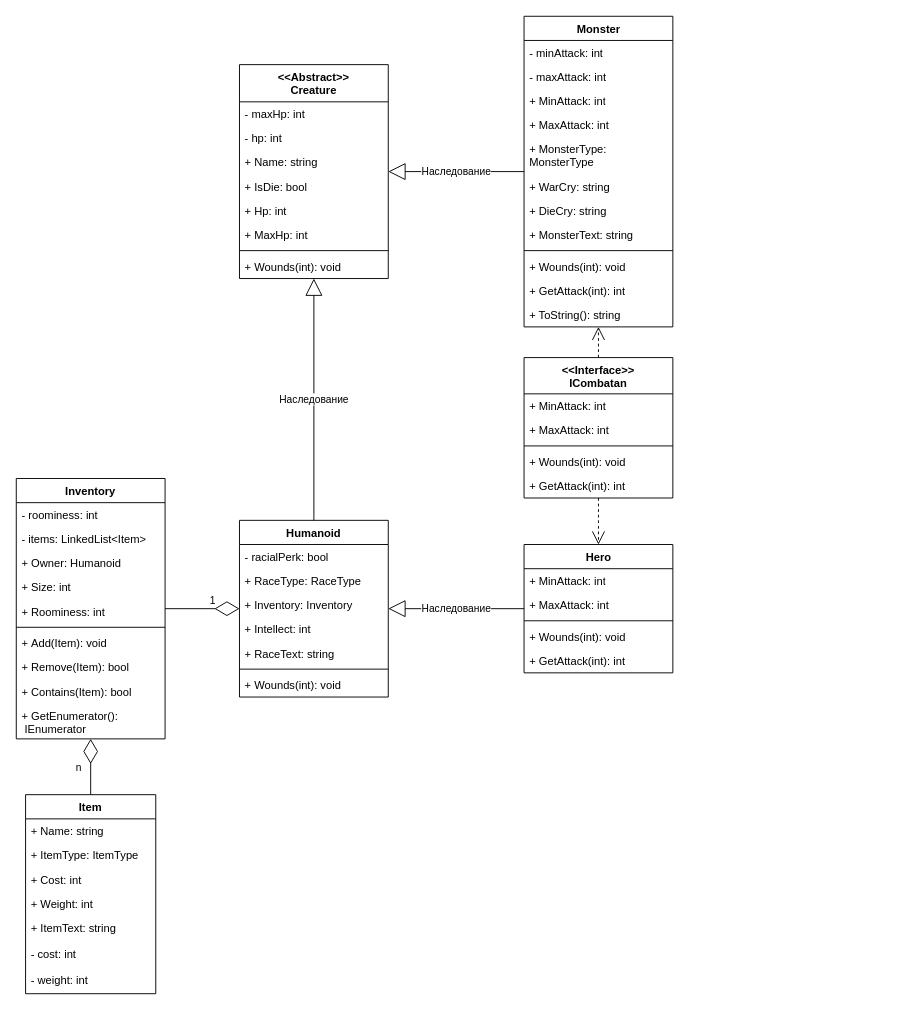
The draw.io diagram UML Diagram.drawio in Stepa28/DevEduInheritance, before the edit. Source tidied: cells renumbered, new cells numbered last; positions are measured from the earlier drawing's top-left corner, leaving out a move shared by most shapes. Both pictures are drawn from the tidied source at 93%, with x=0, y=0 at pixel (16, 16).
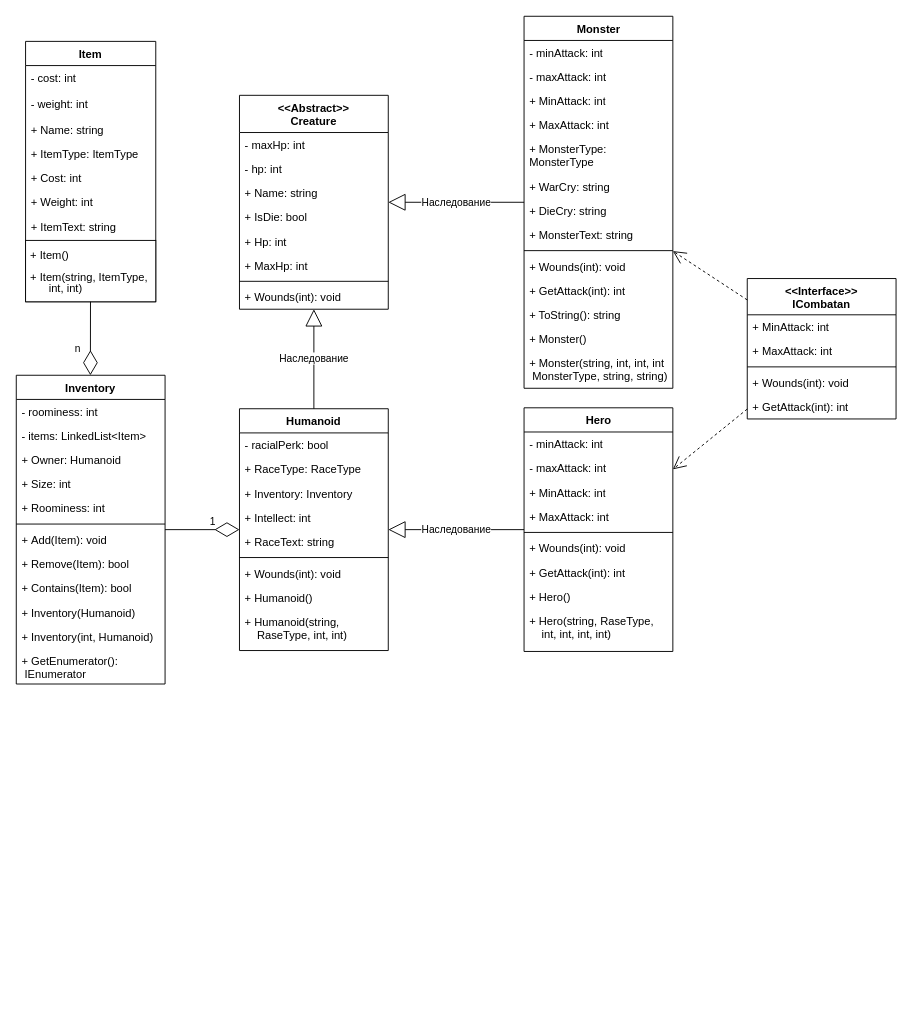
The same page after the edit.

Commit message (it also covers changes not shown here):
Rework UML

Change to the diagram source:
```diff
@@
-<mxGraphModel>
+<mxGraphModel background="#FFFFFF">
@@
     <mxCell id="2" value="Item" style="swimlane;fontStyle=1;horizontal=1;startSize=26;fillColor=none;" parent="1" vertex="1">
-      <mxGeometry x="10" y="837" width="140" height="214" as="geometry" />
+      <mxGeometry x="10" y="27" width="140" height="280" as="geometry" />
     </mxCell>
+    <mxCell id="8" value="- cost: int" style="text;strokeColor=none;fillColor=none;align=left;verticalAlign=top;spacingLeft=4;spacingRight=4;overflow=hidden;fontColor=#000000;" parent="2" vertex="1">
+      <mxGeometry y="26" width="140" height="28" as="geometry" />
+    </mxCell>
+    <mxCell id="9" value="- weight: int" style="text;strokeColor=none;fillColor=none;align=left;verticalAlign=top;spacingLeft=4;spacingRight=4;overflow=hidden;fontColor=#000000;" parent="2" vertex="1">
+      <mxGeometry y="54" width="140" height="28" as="geometry" />
+    </mxCell>
     <mxCell id="3" value="+ Name: string" style="text;strokeColor=none;fillColor=none;align=left;verticalAlign=top;spacingLeft=4;spacingRight=4;overflow=hidden;fontColor=#000000;" parent="2" vertex="1">
-      <mxGeometry y="26" width="140" height="26" as="geometry" />
+      <mxGeometry y="82" width="140" height="26" as="geometry" />
     </mxCell>
     <mxCell id="4" value="+ ItemType: ItemType" style="text;strokeColor=none;fillColor=none;align=left;verticalAlign=top;spacingLeft=4;spacingRight=4;overflow=hidden;fontColor=#000000;" parent="2" vertex="1">
-      <mxGeometry y="52" width="140" height="26" as="geometry" />
+      <mxGeometry y="108" width="140" height="26" as="geometry" />
     </mxCell>
     <mxCell id="5" value="+ Cost: int" style="text;strokeColor=none;fillColor=none;align=left;verticalAlign=top;spacingLeft=4;spacingRight=4;overflow=hidden;fontColor=#000000;" parent="2" vertex="1">
-      <mxGeometry y="78" width="140" height="26" as="geometry" />
+      <mxGeometry y="134" width="140" height="26" as="geometry" />
     </mxCell>
     <mxCell id="6" value="+ Weight: int" style="text;strokeColor=none;fillColor=none;align=left;verticalAlign=top;spacingLeft=4;spacingRight=4;overflow=hidden;fontColor=#000000;" parent="2" vertex="1">
-      <mxGeometry y="104" width="140" height="26" as="geometry" />
+      <mxGeometry y="160" width="140" height="26" as="geometry" />
     </mxCell>
     <mxCell id="7" value="+ ItemText: string" style="text;strokeColor=none;fillColor=none;align=left;verticalAlign=top;spacingLeft=4;spacingRight=4;overflow=hidden;fontColor=#000000;" parent="2" vertex="1">
-      <mxGeometry y="130" width="140" height="28" as="geometry" />
+      <mxGeometry y="186" width="140" height="28" as="geometry" />
     </mxCell>
-    <mxCell id="8" value="- cost: int" style="text;strokeColor=none;fillColor=none;align=left;verticalAlign=top;spacingLeft=4;spacingRight=4;overflow=hidden;fontColor=#000000;" parent="2" vertex="1">
-      <mxGeometry y="158" width="140" height="28" as="geometry" />
-    </mxCell>
-    <mxCell id="9" value="- weight: int" style="text;strokeColor=none;fillColor=none;align=left;verticalAlign=top;spacingLeft=4;spacingRight=4;overflow=hidden;fontColor=#000000;" parent="2" vertex="1">
-      <mxGeometry y="186" width="140" height="28" as="geometry" />
-    </mxCell>
+    <mxCell id="72" value="&lt;p style=&quot;line-height: 1&quot;&gt;&amp;nbsp;+ Item()&lt;br&gt;&lt;br&gt;&amp;nbsp;+ Item(string, ItemType,&amp;nbsp; &amp;nbsp; &amp;nbsp; &amp;nbsp; &amp;nbsp;int, int)&amp;nbsp;&lt;/p&gt;" style="rounded=0;whiteSpace=wrap;html=1;align=left;" parent="2" vertex="1">
+      <mxGeometry y="214" width="140" height="66" as="geometry" />
+    </mxCell>
     <mxCell id="10" value="Inventory" style="swimlane;fontStyle=1;align=center;verticalAlign=top;horizontal=1;startSize=26;fontColor=#000000;" parent="1" vertex="1">
-      <mxGeometry y="497" width="160" height="280" as="geometry" />
+      <mxGeometry y="386" width="160" height="332" as="geometry" />
     </mxCell>
+    <mxCell id="21" style="endArrow=diamondThin;endFill=0;endSize=24;html=1;rounded=0;fontColor=#000000;" parent="10" edge="1" source="2">
+      <mxGeometry relative="1" as="geometry">
+        <mxPoint x="79.7" as="targetPoint" />
+      </mxGeometry>
+    </mxCell>
+    <mxCell id="22" value="n" style="edgeLabel;html=1;align=center;verticalAlign=middle;fontColor=#000000;" parent="21" vertex="1">
+      <mxGeometry x="0.77" relative="1" as="geometry">
+        <mxPoint x="-14" y="-19" as="offset" />
+      </mxGeometry>
+    </mxCell>
@@
+    <mxCell id="73" value="+ Inventory(Humanoid)" style="text;strokeColor=none;fillColor=none;align=left;verticalAlign=top;spacingLeft=4;spacingRight=4;overflow=hidden;fontColor=#000000;" parent="10" vertex="1">
+      <mxGeometry y="242" width="160" height="26" as="geometry" />
+    </mxCell>
+    <mxCell id="74" value="+ Inventory(int, Humanoid)" style="text;strokeColor=none;fillColor=none;align=left;verticalAlign=top;spacingLeft=4;spacingRight=4;overflow=hidden;fontColor=#000000;" parent="10" vertex="1">
+      <mxGeometry y="268" width="160" height="26" as="geometry" />
+    </mxCell>
     <mxCell id="20" value="+ GetEnumerator():&#10; IEnumerator" style="text;strokeColor=none;fillColor=none;align=left;verticalAlign=top;spacingLeft=4;spacingRight=4;overflow=hidden;fontColor=#000000;" parent="10" vertex="1">
-      <mxGeometry y="242" width="160" height="38" as="geometry" />
+      <mxGeometry y="294" width="160" height="38" as="geometry" />
     </mxCell>
-    <mxCell id="21" style="endArrow=diamondThin;endFill=0;endSize=24;html=1;rounded=0;fontColor=#000000;" parent="1" edge="1" source="2" target="10">
-      <mxGeometry relative="1" as="geometry" />
-    </mxCell>
-    <mxCell id="22" value="n" style="edgeLabel;html=1;align=center;verticalAlign=middle;fontColor=#000000;" parent="21" vertex="1">
-      <mxGeometry x="0.77" relative="1" as="geometry">
-        <mxPoint x="-14" y="23" as="offset" />
-      </mxGeometry>
-    </mxCell>
     <mxCell id="23" value="&lt;&lt;Abstract&gt;&gt;&#10;Creature" style="swimlane;fontStyle=1;align=center;verticalAlign=top;horizontal=1;startSize=40;fontColor=#000000;" parent="1" vertex="1">
-      <mxGeometry x="240" y="52" width="160" height="230" as="geometry" />
+      <mxGeometry x="240" y="85" width="160" height="230" as="geometry" />
     </mxCell>
@@
     <mxCell id="32" value="Humanoid" style="swimlane;fontStyle=1;align=center;verticalAlign=top;horizontal=1;startSize=26;fontColor=#000000;" parent="1" vertex="1">
-      <mxGeometry x="240" y="542" width="160" height="190" as="geometry" />
+      <mxGeometry x="240" y="422" width="160" height="260" as="geometry" />
     </mxCell>
@@
+    <mxCell id="75" value="+ Humanoid()" style="text;strokeColor=none;fillColor=none;align=left;verticalAlign=top;spacingLeft=4;spacingRight=4;overflow=hidden;fontColor=#000000;" parent="32" vertex="1">
+      <mxGeometry y="190" width="160" height="26" as="geometry" />
+    </mxCell>
+    <mxCell id="76" value="+ Humanoid(string, &#10;    RaseType, int, int)" style="text;strokeColor=none;fillColor=none;align=left;verticalAlign=top;spacingLeft=4;spacingRight=4;overflow=hidden;fontColor=#000000;" parent="32" vertex="1">
+      <mxGeometry y="216" width="160" height="44" as="geometry" />
+    </mxCell>
@@
     <mxCell id="43" value="&lt;&lt;Interface&gt;&gt;&#10;ICombatan" style="swimlane;fontStyle=1;align=center;verticalAlign=top;horizontal=1;startSize=39;fontColor=#000000;" parent="1" vertex="1">
-      <mxGeometry x="546" y="367" width="160" height="151" as="geometry" />
+      <mxGeometry x="786" y="282" width="160" height="151" as="geometry" />
     </mxCell>
@@
     <mxCell id="49" value="Hero" style="swimlane;fontStyle=1;align=center;verticalAlign=top;horizontal=1;startSize=26;labelBackgroundColor=none;fontFamily=Helvetica;fontColor=#000000;html=1;" parent="1" vertex="1">
-      <mxGeometry x="546" y="568" width="160" height="138" as="geometry" />
+      <mxGeometry x="546" y="421" width="160" height="262" as="geometry" />
     </mxCell>
+    <mxCell id="77" value="- minAttack: int" style="text;strokeColor=none;fillColor=none;align=left;verticalAlign=top;spacingLeft=4;spacingRight=4;overflow=hidden;labelBackgroundColor=none;fontFamily=Helvetica;fontColor=#000000;html=1;" parent="49" vertex="1">
+      <mxGeometry y="26" width="160" height="26" as="geometry" />
+    </mxCell>
+    <mxCell id="78" value="- maxAttack: int" style="text;strokeColor=none;fillColor=none;align=left;verticalAlign=top;spacingLeft=4;spacingRight=4;overflow=hidden;labelBackgroundColor=none;fontFamily=Helvetica;fontColor=#000000;html=1;" parent="49" vertex="1">
+      <mxGeometry y="52" width="160" height="26" as="geometry" />
+    </mxCell>
     <mxCell id="50" value="+&amp;nbsp;MinAttack:&amp;nbsp;int" style="text;strokeColor=none;fillColor=none;align=left;verticalAlign=top;spacingLeft=4;spacingRight=4;overflow=hidden;labelBackgroundColor=none;fontFamily=Helvetica;fontColor=#000000;html=1;" parent="49" vertex="1">
-      <mxGeometry y="26" width="160" height="26" as="geometry" />
+      <mxGeometry y="78" width="160" height="26" as="geometry" />
     </mxCell>
     <mxCell id="51" value="+&amp;nbsp;MaxAttack:&amp;nbsp;int" style="text;strokeColor=none;fillColor=none;align=left;verticalAlign=top;spacingLeft=4;spacingRight=4;overflow=hidden;labelBackgroundColor=none;fontFamily=Helvetica;fontColor=#000000;html=1;" parent="49" vertex="1">
-      <mxGeometry y="52" width="160" height="26" as="geometry" />
+      <mxGeometry y="104" width="160" height="26" as="geometry" />
     </mxCell>
     <mxCell id="52" style="line;strokeWidth=1;fillColor=none;align=left;verticalAlign=middle;spacingTop=-1;spacingLeft=3;spacingRight=3;labelPosition=right;labelBackgroundColor=none;fontFamily=Helvetica;fontColor=#000000;html=1;" parent="49" vertex="1">
-      <mxGeometry y="78" width="160" height="8" as="geometry" />
+      <mxGeometry y="130" width="160" height="8" as="geometry" />
     </mxCell>
     <mxCell id="53" value="+&amp;nbsp;Wounds(int): void" style="text;strokeColor=none;fillColor=none;align=left;verticalAlign=top;spacingLeft=4;spacingRight=4;overflow=hidden;labelBackgroundColor=none;fontFamily=Helvetica;fontColor=#000000;html=1;" parent="49" vertex="1">
-      <mxGeometry y="86" width="160" height="26" as="geometry" />
+      <mxGeometry y="138" width="160" height="26" as="geometry" />
     </mxCell>
     <mxCell id="54" value="+&amp;nbsp;GetAttack(int):&amp;nbsp;int" style="text;strokeColor=none;fillColor=none;align=left;verticalAlign=top;spacingLeft=4;spacingRight=4;overflow=hidden;labelBackgroundColor=none;fontFamily=Helvetica;fontColor=#000000;html=1;" parent="49" vertex="1">
-      <mxGeometry y="112" width="160" height="26" as="geometry" />
+      <mxGeometry y="164" width="160" height="26" as="geometry" />
     </mxCell>
+    <mxCell id="79" value="+ Hero()" style="text;strokeColor=none;fillColor=none;align=left;verticalAlign=top;spacingLeft=4;spacingRight=4;overflow=hidden;labelBackgroundColor=none;fontFamily=Helvetica;fontColor=#000000;html=1;" parent="49" vertex="1">
+      <mxGeometry y="190" width="160" height="26" as="geometry" />
+    </mxCell>
+    <mxCell id="80" value="+ Hero(string, RaseType,&lt;br&gt;&amp;nbsp; &amp;nbsp; int, int, int, int)" style="text;strokeColor=none;fillColor=none;align=left;verticalAlign=top;spacingLeft=4;spacingRight=4;overflow=hidden;labelBackgroundColor=none;fontFamily=Helvetica;fontColor=#000000;html=1;" parent="49" vertex="1">
+      <mxGeometry y="216" width="160" height="46" as="geometry" />
+    </mxCell>
@@
     <mxCell id="56" value="Monster" style="swimlane;fontStyle=1;align=center;verticalAlign=top;horizontal=1;startSize=26;labelBackgroundColor=none;fontFamily=Helvetica;fontColor=#000000;html=1;" parent="1" vertex="1">
-      <mxGeometry x="546" width="160" height="334" as="geometry" />
+      <mxGeometry x="546" width="160" height="400" as="geometry" />
     </mxCell>
@@
+    <mxCell id="81" value="+ Monster()" style="text;strokeColor=none;fillColor=none;align=left;verticalAlign=top;spacingLeft=4;spacingRight=4;overflow=hidden;labelBackgroundColor=none;fontFamily=Helvetica;fontColor=#000000;html=1;" parent="56" vertex="1">
+      <mxGeometry y="334" width="160" height="26" as="geometry" />
+    </mxCell>
+    <mxCell id="82" value="+ Monster(string, int, int, int&lt;br&gt;&amp;nbsp;MonsterType, string, string)" style="text;strokeColor=none;fillColor=none;align=left;verticalAlign=top;spacingLeft=4;spacingRight=4;overflow=hidden;labelBackgroundColor=none;fontFamily=Helvetica;fontColor=#000000;html=1;" parent="56" vertex="1">
+      <mxGeometry y="360" width="160" height="40" as="geometry" />
+    </mxCell>
```
